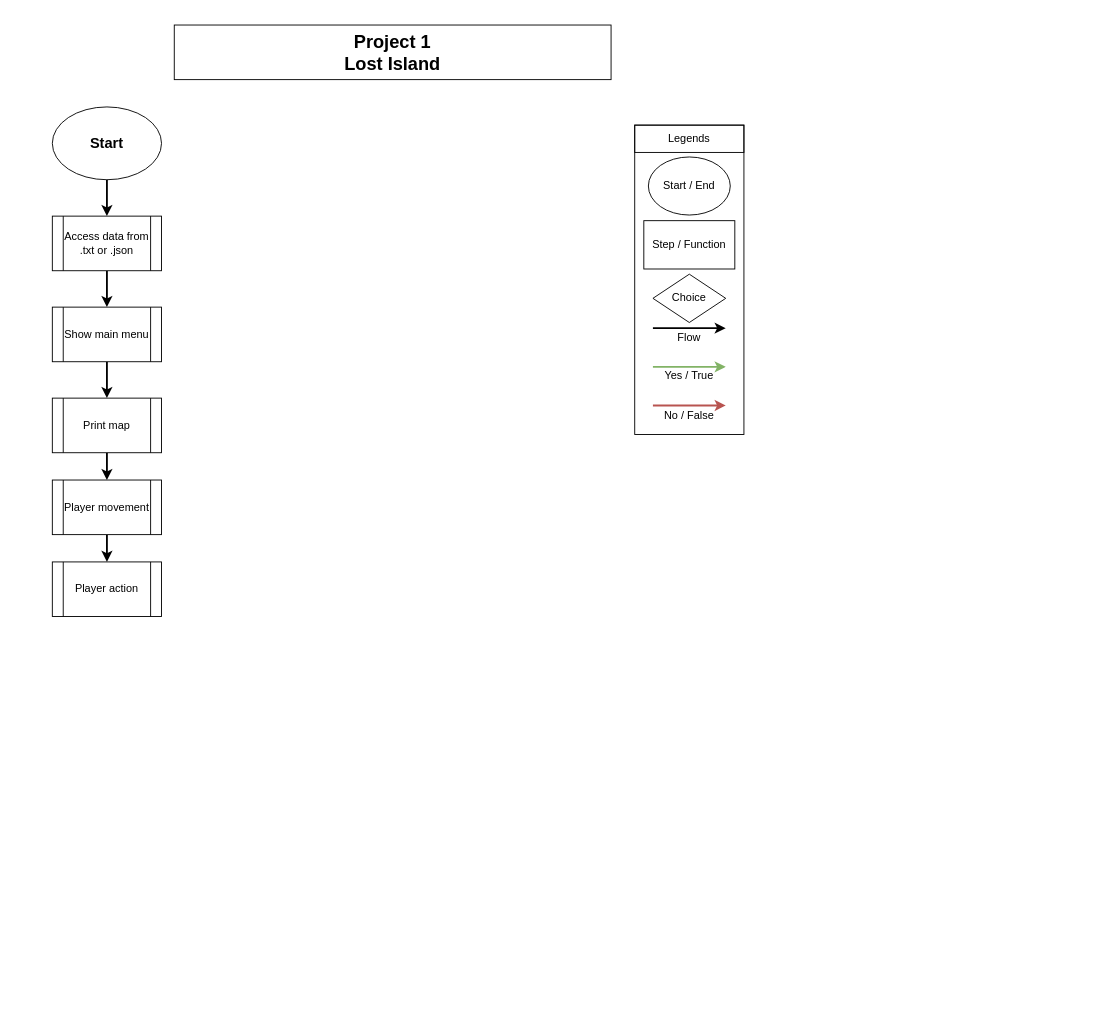
This is page "main" (1 of 6) of flow_charts.drawio from StendWood/the-mysterious-island, a draw.io file, before an edit. Source tidied: cells renumbered, new cells numbered last; positions are measured from the earlier drawing's top-left corner, leaving out a move shared by most shapes. Both pictures are drawn from the tidied source at 91%, with x=0, y=0 at pixel (52, 25).
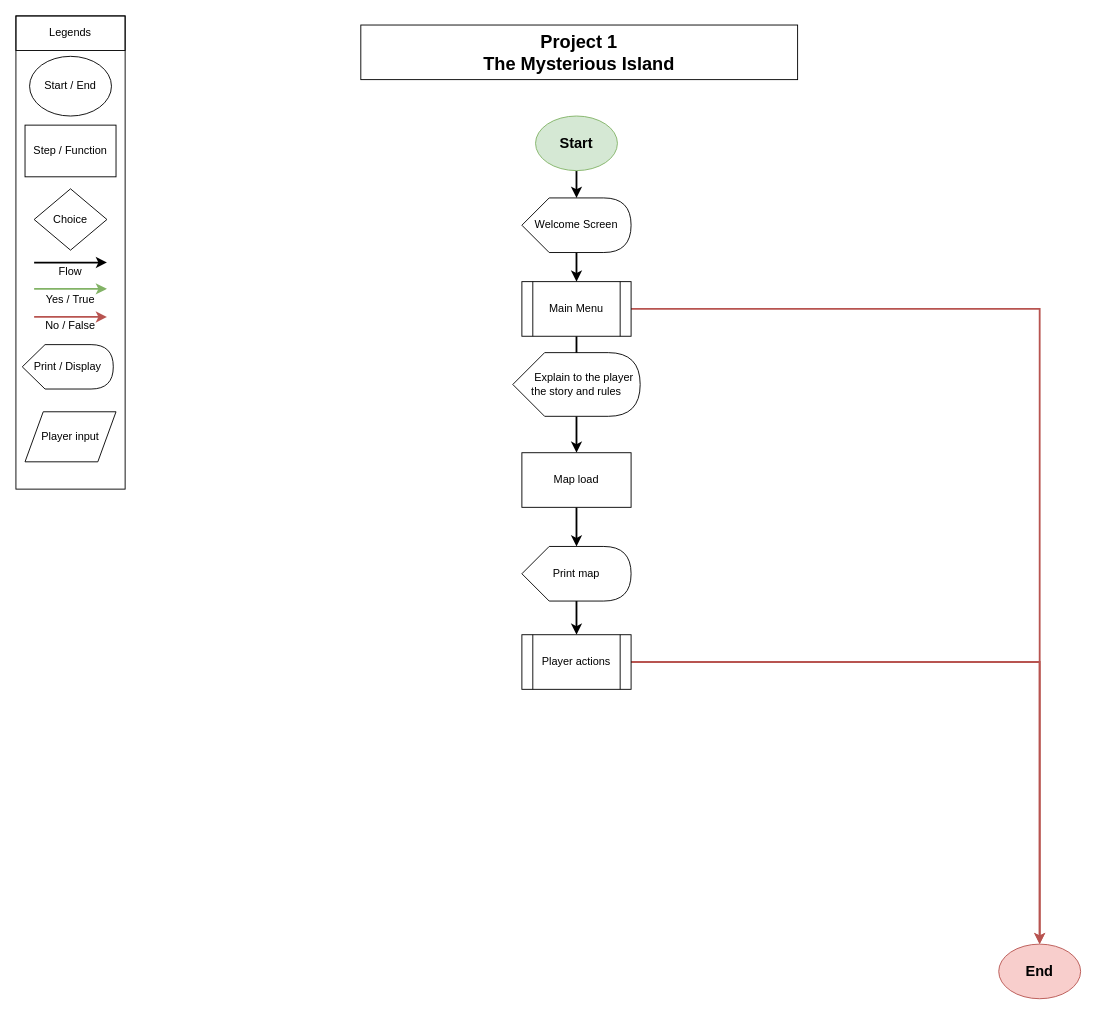
The same page after the edit.

What changed in the source:
```diff
@@
-    <mxCell id="2" value="&lt;b style=&quot;font-size: 20px&quot;&gt;Project 1&lt;br&gt;Lost Island&lt;/b&gt;" style="rounded=0;whiteSpace=wrap;html=1;" parent="1" vertex="1">
-      <mxGeometry x="134" width="480" height="60" as="geometry" />
+    <mxCell id="2" value="&lt;b style=&quot;font-size: 20px&quot;&gt;Project 1&lt;br&gt;The Mysterious Island&lt;br&gt;&lt;/b&gt;" style="rounded=0;whiteSpace=wrap;html=1;" parent="1" vertex="1">
+      <mxGeometry x="339" width="480" height="60" as="geometry" />
     </mxCell>
     <mxCell id="3" style="group;" parent="1" vertex="1">
-      <mxGeometry x="640" y="110" width="120" height="340" as="geometry" />
+      <mxGeometry x="-40" y="-10" width="120" height="520" as="geometry" />
     </mxCell>
     <mxCell id="4" style="rounded=0;whiteSpace=wrap;html=1;" parent="3" vertex="1">
-      <mxGeometry width="120" height="340" as="geometry" />
+      <mxGeometry width="120" height="520" as="geometry" />
     </mxCell>
     <mxCell id="5" value="Start / End" style="ellipse;whiteSpace=wrap;html=1;" parent="3" vertex="1">
-      <mxGeometry x="15" y="35" width="90" height="63.8" as="geometry" />
+      <mxGeometry x="15" y="44.4" width="90" height="65.6" as="geometry" />
     </mxCell>
     <mxCell id="6" value="Step / Function" style="rounded=0;whiteSpace=wrap;html=1;" parent="3" vertex="1">
-      <mxGeometry x="10" y="105" width="100" height="53.1" as="geometry" />
+      <mxGeometry x="10" y="120" width="100" height="56.8" as="geometry" />
     </mxCell>
     <mxCell id="7" value="Choice" style="rhombus;whiteSpace=wrap;html=1;" parent="3" vertex="1">
-      <mxGeometry x="20" y="163.8" width="80" height="53.1" as="geometry" />
+      <mxGeometry x="20" y="190" width="80" height="67.4" as="geometry" />
     </mxCell>
     <mxCell id="8" style="endArrow=classic;html=1;strokeWidth=2;" parent="3" edge="1">
       <mxGeometry relative="1" as="geometry">
-        <mxPoint x="20" y="223.1" as="sourcePoint" />
-        <mxPoint x="100" y="223.1" as="targetPoint" />
+        <mxPoint x="20" y="271" as="sourcePoint" />
+        <mxPoint x="100" y="271" as="targetPoint" />
       </mxGeometry>
     </mxCell>
     <mxCell id="9" style="endArrow=classic;html=1;strokeWidth=2;fillColor=#d5e8d4;strokeColor=#82b366;" parent="3" edge="1">
       <mxGeometry relative="1" as="geometry">
-        <mxPoint x="20" y="265.6" as="sourcePoint" />
-        <mxPoint x="100" y="265.6" as="targetPoint" />
+        <mxPoint x="20" y="299.9" as="sourcePoint" />
+        <mxPoint x="100" y="299.9" as="targetPoint" />
       </mxGeometry>
     </mxCell>
     <mxCell id="10" style="endArrow=classic;html=1;strokeWidth=2;fillColor=#f8cecc;strokeColor=#b85450;" parent="3" edge="1">
       <mxGeometry relative="1" as="geometry">
-        <mxPoint x="20" y="308.1" as="sourcePoint" />
-        <mxPoint x="100" y="308.1" as="targetPoint" />
+        <mxPoint x="20" y="330.8" as="sourcePoint" />
+        <mxPoint x="100" y="330.8" as="targetPoint" />
       </mxGeometry>
     </mxCell>
     <mxCell id="11" value="Flow" style="text;html=1;strokeColor=none;fillColor=none;align=center;verticalAlign=middle;whiteSpace=wrap;rounded=0;" parent="3" vertex="1">
-      <mxGeometry x="20" y="223.1" width="80" height="21.2" as="geometry" />
+      <mxGeometry x="20" y="273" width="80" height="16.9" as="geometry" />
     </mxCell>
     <mxCell id="12" value="Yes / True" style="text;html=1;strokeColor=none;fillColor=none;align=center;verticalAlign=middle;whiteSpace=wrap;rounded=0;" parent="3" vertex="1">
-      <mxGeometry x="20" y="265.6" width="80" height="21.2" as="geometry" />
+      <mxGeometry x="20" y="300" width="80" height="23.8" as="geometry" />
     </mxCell>
     <mxCell id="13" value="No / False" style="text;html=1;strokeColor=none;fillColor=none;align=center;verticalAlign=middle;whiteSpace=wrap;rounded=0;" parent="3" vertex="1">
-      <mxGeometry x="20" y="308.1" width="80" height="21.2" as="geometry" />
+      <mxGeometry x="20" y="331" width="80" height="17.7" as="geometry" />
     </mxCell>
     <mxCell id="14" value="Legends" style="text;html=1;fillColor=none;align=center;verticalAlign=middle;whiteSpace=wrap;rounded=0;strokeColor=#000000;" parent="3" vertex="1">
-      <mxGeometry width="120" height="30" as="geometry" />
+      <mxGeometry width="120" height="38" as="geometry" />
     </mxCell>
-    <mxCell id="15" style="edgeStyle=orthogonalEdgeStyle;rounded=0;jettySize=auto;html=1;exitX=0.5;exitY=1;exitDx=0;exitDy=0;strokeWidth=2;" parent="1" edge="1" source="16" target="18">
-      <mxGeometry relative="1" as="geometry" />
-    </mxCell>
+    <mxCell id="26" value="Print / Display" style="shape=display;whiteSpace=wrap;html=1;strokeColor=#000000;" parent="3" vertex="1">
+      <mxGeometry x="7" y="361.2" width="100" height="48.8" as="geometry" />
+    </mxCell>
+    <mxCell id="27" value="Player input" style="shape=parallelogram;perimeter=parallelogramPerimeter;whiteSpace=wrap;html=1;strokeColor=#000000;" parent="3" vertex="1">
+      <mxGeometry x="10" y="435" width="100" height="55" as="geometry" />
+    </mxCell>
+    <mxCell id="28" style="edgeStyle=orthogonalEdgeStyle;rounded=0;jettySize=auto;html=1;exitX=0.5;exitY=1;exitDx=0;exitDy=0;entryX=0;entryY=0;entryDx=60.000000000000014;entryDy=0;entryPerimeter=0;strokeWidth=2;" parent="1" edge="1" source="16" target="31">
+      <mxGeometry relative="1" as="geometry" />
+    </mxCell>
-    <mxCell id="16" value="&lt;b&gt;&lt;font style=&quot;font-size: 16px&quot;&gt;Start&lt;/font&gt;&lt;/b&gt;" style="ellipse;whiteSpace=wrap;html=1;strokeColor=#000000;" parent="1" vertex="1">
-      <mxGeometry y="90" width="120" height="80" as="geometry" />
+    <mxCell id="16" value="&lt;b&gt;&lt;font style=&quot;font-size: 16px&quot;&gt;Start&lt;/font&gt;&lt;/b&gt;" style="ellipse;whiteSpace=wrap;html=1;strokeColor=#82b366;fillColor=#d5e8d4;" parent="1" vertex="1">
+      <mxGeometry x="531" y="100" width="90" height="60" as="geometry" />
     </mxCell>
-    <mxCell id="17" style="edgeStyle=orthogonalEdgeStyle;rounded=0;jettySize=auto;html=1;exitX=0.5;exitY=1;exitDx=0;exitDy=0;entryX=0.5;entryY=0;entryDx=0;entryDy=0;strokeWidth=2;" parent="1" edge="1" source="18" target="20">
-      <mxGeometry relative="1" as="geometry" />
-    </mxCell>
-    <mxCell id="18" value="&lt;span&gt;Access data from .txt or .json&lt;/span&gt;" style="shape=process;whiteSpace=wrap;html=1;backgroundOutline=1;strokeColor=#000000;" parent="1" vertex="1">
-      <mxGeometry y="210" width="120" height="60" as="geometry" />
-    </mxCell>
-    <mxCell id="19" style="edgeStyle=orthogonalEdgeStyle;rounded=0;jettySize=auto;html=1;exitX=0.5;exitY=1;exitDx=0;exitDy=0;entryX=0.5;entryY=0;entryDx=0;entryDy=0;strokeWidth=2;" parent="1" edge="1" source="20" target="22">
-      <mxGeometry relative="1" as="geometry" />
+    <mxCell id="19" style="edgeStyle=orthogonalEdgeStyle;rounded=0;jettySize=auto;html=1;exitX=0.5;exitY=1;exitDx=0;exitDy=0;entryX=0.5;entryY=0;entryDx=0;entryDy=0;strokeWidth=2;" parent="1" edge="1" source="20">
+      <mxGeometry relative="1" as="geometry">
+        <mxPoint x="576" y="400" as="targetPoint" />
+      </mxGeometry>
     </mxCell>
+    <mxCell id="29" style="edgeStyle=orthogonalEdgeStyle;rounded=0;jettySize=auto;html=1;exitX=1;exitY=0.5;exitDx=0;exitDy=0;entryX=0.5;entryY=0;entryDx=0;entryDy=0;strokeWidth=2;fillColor=#f8cecc;strokeColor=#b85450;" parent="1" edge="1" source="20" target="32">
+      <mxGeometry relative="1" as="geometry" />
+    </mxCell>
-    <mxCell id="20" value="Show main menu" style="shape=process;whiteSpace=wrap;html=1;backgroundOutline=1;strokeColor=#000000;" parent="1" vertex="1">
-      <mxGeometry y="310" width="120" height="60" as="geometry" />
+    <mxCell id="20" value="Main Menu" style="shape=process;whiteSpace=wrap;html=1;backgroundOutline=1;strokeColor=#000000;" parent="1" vertex="1">
+      <mxGeometry x="516" y="282" width="120" height="60" as="geometry" />
     </mxCell>
-    <mxCell id="21" style="edgeStyle=orthogonalEdgeStyle;rounded=0;jettySize=auto;html=1;exitX=0.5;exitY=1;exitDx=0;exitDy=0;entryX=0.5;entryY=0;entryDx=0;entryDy=0;strokeWidth=2;" parent="1" edge="1" source="22" target="24">
-      <mxGeometry relative="1" as="geometry" />
-    </mxCell>
+    <mxCell id="30" style="edgeStyle=orthogonalEdgeStyle;rounded=0;jettySize=auto;html=1;exitX=0;exitY=0;exitDx=60.000000000000014;exitDy=60.00000000000001;exitPerimeter=0;entryX=0.5;entryY=0;entryDx=0;entryDy=0;strokeWidth=2;" parent="1" edge="1" source="31" target="20">
+      <mxGeometry relative="1" as="geometry" />
+    </mxCell>
+    <mxCell id="31" value="Welcome Screen" style="shape=display;whiteSpace=wrap;html=1;strokeColor=#000000;" parent="1" vertex="1">
+      <mxGeometry x="516" y="190" width="120" height="60" as="geometry" />
+    </mxCell>
+    <mxCell id="32" value="&lt;b&gt;&lt;font style=&quot;font-size: 16px&quot;&gt;End&lt;br&gt;&lt;/font&gt;&lt;/b&gt;" style="ellipse;whiteSpace=wrap;html=1;strokeColor=#b85450;fillColor=#f8cecc;" parent="1" vertex="1">
+      <mxGeometry x="1040" y="1010" width="90" height="60" as="geometry" />
+    </mxCell>
+    <mxCell id="33" style="edgeStyle=orthogonalEdgeStyle;rounded=0;jettySize=auto;html=1;exitX=0;exitY=0;exitDx=70;exitDy=70;exitPerimeter=0;entryX=0.5;entryY=0;entryDx=0;entryDy=0;strokeWidth=2;" parent="1" edge="1" source="34" target="36">
+      <mxGeometry relative="1" as="geometry" />
+    </mxCell>
+    <mxCell id="34" value="&amp;nbsp; &amp;nbsp; &amp;nbsp;Explain to the player the story and rules" style="shape=display;whiteSpace=wrap;html=1;strokeColor=#000000;" parent="1" vertex="1">
+      <mxGeometry x="506" y="360" width="140" height="70" as="geometry" />
+    </mxCell>
+    <mxCell id="35" style="edgeStyle=orthogonalEdgeStyle;rounded=0;jettySize=auto;html=1;exitX=0.5;exitY=1;exitDx=0;exitDy=0;entryX=0;entryY=0;entryDx=60;entryDy=0;entryPerimeter=0;strokeWidth=2;" parent="1" edge="1" source="36" target="22">
+      <mxGeometry relative="1" as="geometry" />
+    </mxCell>
+    <mxCell id="36" value="Map load" style="rounded=0;whiteSpace=wrap;html=1;strokeColor=#000000;" parent="1" vertex="1">
+      <mxGeometry x="516" y="470" width="120" height="60" as="geometry" />
+    </mxCell>
+    <mxCell id="37" style="edgeStyle=orthogonalEdgeStyle;rounded=0;jettySize=auto;html=1;exitX=0;exitY=0;exitDx=60;exitDy=60;exitPerimeter=0;entryX=0.5;entryY=0;entryDx=0;entryDy=0;strokeWidth=2;" parent="1" edge="1" source="22" target="39">
+      <mxGeometry relative="1" as="geometry" />
+    </mxCell>
-    <mxCell id="22" value="Print map" style="shape=process;whiteSpace=wrap;html=1;backgroundOutline=1;strokeColor=#000000;" parent="1" vertex="1">
-      <mxGeometry y="410" width="120" height="60" as="geometry" />
+    <mxCell id="22" value="Print map" style="shape=display;whiteSpace=wrap;html=1;strokeColor=#000000;" parent="1" vertex="1">
+      <mxGeometry x="516" y="573" width="120" height="60" as="geometry" />
     </mxCell>
-    <mxCell id="23" style="edgeStyle=orthogonalEdgeStyle;rounded=0;jettySize=auto;html=1;exitX=0.5;exitY=1;exitDx=0;exitDy=0;entryX=0.5;entryY=0;entryDx=0;entryDy=0;strokeWidth=2;" parent="1" edge="1" source="24" target="25">
-      <mxGeometry relative="1" as="geometry" />
-    </mxCell>
-    <mxCell id="24" value="Player movement" style="shape=process;whiteSpace=wrap;html=1;backgroundOutline=1;strokeColor=#000000;" parent="1" vertex="1">
-      <mxGeometry y="500" width="120" height="60" as="geometry" />
-    </mxCell>
-    <mxCell id="25" value="Player action" style="shape=process;whiteSpace=wrap;html=1;backgroundOutline=1;strokeColor=#000000;" parent="1" vertex="1">
-      <mxGeometry y="590" width="120" height="60" as="geometry" />
-    </mxCell>
+    <mxCell id="38" style="edgeStyle=orthogonalEdgeStyle;rounded=0;jettySize=auto;html=1;exitX=1;exitY=0.5;exitDx=0;exitDy=0;strokeWidth=2;fillColor=#f8cecc;strokeColor=#b85450;entryX=0.5;entryY=0;entryDx=0;entryDy=0;" parent="1" edge="1" source="39" target="32">
+      <mxGeometry relative="1" as="geometry" />
+    </mxCell>
+    <mxCell id="39" value="Player actions" style="shape=process;whiteSpace=wrap;html=1;backgroundOutline=1;strokeColor=#000000;" parent="1" vertex="1">
+      <mxGeometry x="516" y="670" width="120" height="60" as="geometry" />
+    </mxCell>
```
